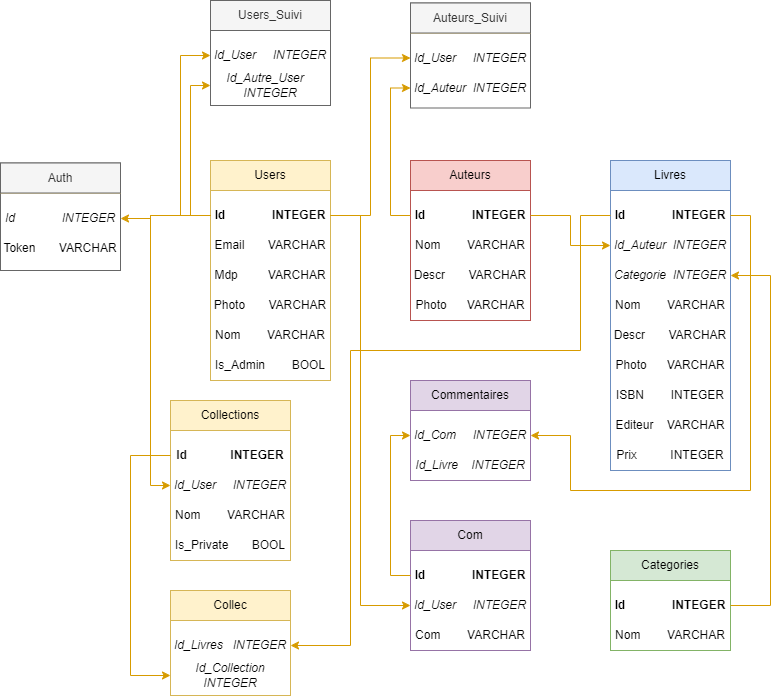
The draw.io diagram Diagramme_BDD_Biblio.png in Yann-Fournier/BDD_Projet_Final_B2, before a commit. Source tidied: cells renumbered, new cells last; positions are measured from the earlier drawing's top-left corner, leaving out a move shared by most shapes.
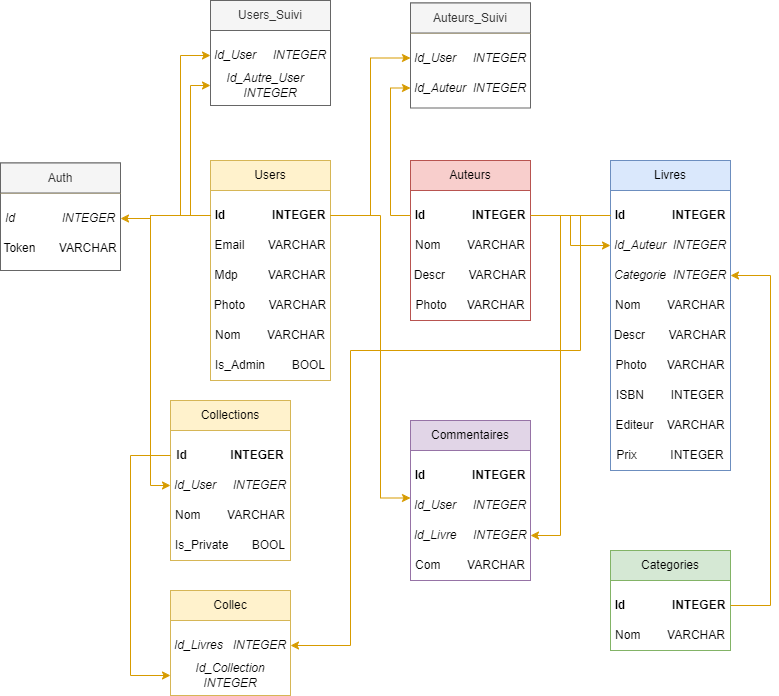
The same diagram one commit later.

Commit message:
reset bdd

What changed in the source:
```diff
@@ -20,14 +20,6 @@
     <mxCell id="6" style="edgeStyle=orthogonalEdgeStyle;rounded=0;jettySize=auto;html=1;exitX=1;exitY=0.5;exitDx=0;exitDy=0;entryX=0;entryY=0.5;entryDx=0;entryDy=0;fillColor=#ffe6cc;strokeColor=#d79b00;" parent="1" edge="1" source="13" target="61">
       <mxGeometry relative="1" as="geometry" />
     </mxCell>
-    <mxCell id="7" style="edgeStyle=orthogonalEdgeStyle;rounded=0;jettySize=auto;html=1;exitX=1;exitY=0.5;exitDx=0;exitDy=0;entryX=0;entryY=0.5;entryDx=0;entryDy=0;fillColor=#ffe6cc;strokeColor=#d79b00;" parent="1" edge="1" source="13" target="52">
-      <mxGeometry relative="1" as="geometry">
-        <Array as="points">
-          <mxPoint x="360" y="215" />
-          <mxPoint x="360" y="605" />
-        </Array>
-      </mxGeometry>
-    </mxCell>
     <mxCell id="8" style="edgeStyle=orthogonalEdgeStyle;rounded=0;jettySize=auto;html=1;exitX=0;exitY=0.5;exitDx=0;exitDy=0;entryX=0;entryY=0.5;entryDx=0;entryDy=0;fillColor=#ffe6cc;strokeColor=#d79b00;" parent="1" edge="1" source="13" target="73">
       <mxGeometry relative="1" as="geometry" />
     </mxCell>
@@ -55,6 +47,14 @@
         </Array>
       </mxGeometry>
     </mxCell>
+    <mxCell id="7" style="edgeStyle=orthogonalEdgeStyle;rounded=0;jettySize=auto;html=1;exitX=1;exitY=0.5;exitDx=0;exitDy=0;entryX=0;entryY=0.25;entryDx=0;entryDy=0;fillColor=#ffe6cc;strokeColor=#d79b00;" parent="1" edge="1" source="13" target="52">
+      <mxGeometry relative="1" as="geometry">
+        <Array as="points">
+          <mxPoint x="380" y="215" />
+          <mxPoint x="380" y="497" />
+        </Array>
+      </mxGeometry>
+    </mxCell>
     <mxCell id="13" value="&lt;b&gt;Id&amp;nbsp; &amp;nbsp; &amp;nbsp; &amp;nbsp; &amp;nbsp; &amp;nbsp; &amp;nbsp; INTEGER&lt;/b&gt;" style="text;html=1;align=center;verticalAlign=middle;whiteSpace=wrap;rounded=0;fillColor=none;" parent="1" vertex="1">
       <mxGeometry x="210" y="200" width="120" height="30" as="geometry" />
     </mxCell>
@@ -112,16 +112,6 @@
     <mxCell id="29" value="Nom&amp;nbsp; &amp;nbsp; &amp;nbsp; &amp;nbsp; VARCHAR" style="text;html=1;align=center;verticalAlign=middle;whiteSpace=wrap;rounded=0;" parent="1" vertex="1">
       <mxGeometry x="610" y="290" width="120" height="30" as="geometry" />
     </mxCell>
-    <mxCell id="30" style="edgeStyle=orthogonalEdgeStyle;rounded=0;jettySize=auto;html=1;exitX=1;exitY=0.5;exitDx=0;exitDy=0;entryX=1;entryY=0.5;entryDx=0;entryDy=0;fillColor=#ffe6cc;strokeColor=#d79b00;" parent="1" edge="1" source="32" target="48">
-      <mxGeometry relative="1" as="geometry">
-        <Array as="points">
-          <mxPoint x="750" y="215" />
-          <mxPoint x="750" y="490" />
-          <mxPoint x="570" y="490" />
-          <mxPoint x="570" y="435" />
-        </Array>
-      </mxGeometry>
-    </mxCell>
     <mxCell id="31" style="edgeStyle=orthogonalEdgeStyle;rounded=0;jettySize=auto;html=1;exitX=0;exitY=0.5;exitDx=0;exitDy=0;entryX=1;entryY=0.5;entryDx=0;entryDy=0;fillColor=#ffe6cc;strokeColor=#d79b00;" parent="1" edge="1" source="32" target="78">
       <mxGeometry relative="1" as="geometry">
         <Array as="points">
@@ -132,6 +122,14 @@
         </Array>
       </mxGeometry>
     </mxCell>
+    <mxCell id="87" style="edgeStyle=orthogonalEdgeStyle;rounded=0;jettySize=auto;html=1;exitX=0;exitY=0.5;exitDx=0;exitDy=0;entryX=1;entryY=0.5;entryDx=0;entryDy=0;fillColor=#ffe6cc;strokeColor=#d79b00;" parent="1" edge="1" source="32" target="47">
+      <mxGeometry relative="1" as="geometry">
+        <Array as="points">
+          <mxPoint x="560" y="215" />
+          <mxPoint x="560" y="535" />
+        </Array>
+      </mxGeometry>
+    </mxCell>
     <mxCell id="32" value="&lt;b&gt;Id&amp;nbsp; &amp;nbsp; &amp;nbsp; &amp;nbsp; &amp;nbsp; &amp;nbsp; &amp;nbsp; INTEGER&lt;/b&gt;" style="text;html=1;align=center;verticalAlign=middle;whiteSpace=wrap;rounded=0;fillColor=none;" parent="1" vertex="1">
       <mxGeometry x="610" y="200" width="120" height="30" as="geometry" />
     </mxCell>
@@ -176,44 +174,23 @@
     <mxCell id="43" value="&lt;b style=&quot;&quot;&gt;Id&amp;nbsp; &amp;nbsp; &amp;nbsp; &amp;nbsp; &amp;nbsp; &amp;nbsp; &amp;nbsp; INTEGER&lt;/b&gt;" style="text;html=1;align=center;verticalAlign=middle;whiteSpace=wrap;rounded=0;fillColor=none;" parent="1" vertex="1">
       <mxGeometry x="610" y="590" width="120" height="30" as="geometry" />
     </mxCell>
-    <mxCell id="44" style="rounded=0;whiteSpace=wrap;html=1;fillColor=default;strokeColor=#9673a6;" parent="1" vertex="1">
-      <mxGeometry x="410" y="380" width="120" height="100" as="geometry" />
-    </mxCell>
-    <mxCell id="45" style="endArrow=none;html=1;rounded=0;entryX=0;entryY=0.25;entryDx=0;entryDy=0;exitX=1;exitY=0.25;exitDx=0;exitDy=0;fillColor=#fff2cc;strokeColor=#d6b656;" parent="1" edge="1">
-      <mxGeometry relative="1" as="geometry">
-        <mxPoint x="530" y="410" as="sourcePoint" />
-        <mxPoint x="410" y="410" as="targetPoint" />
-      </mxGeometry>
-    </mxCell>
-    <mxCell id="46" value="Commentaires" style="text;html=1;align=center;verticalAlign=middle;whiteSpace=wrap;rounded=0;fillColor=#e1d5e7;strokeColor=#9673a6;" parent="1" vertex="1">
-      <mxGeometry x="410" y="380" width="120" height="30" as="geometry" />
-    </mxCell>
-    <mxCell id="47" value="&lt;i&gt;Id_Livre&amp;nbsp; &amp;nbsp; INTEGER&lt;/i&gt;" style="text;html=1;align=center;verticalAlign=middle;whiteSpace=wrap;rounded=0;" parent="1" vertex="1">
-      <mxGeometry x="410" y="450" width="120" height="30" as="geometry" />
-    </mxCell>
-    <mxCell id="48" value="&lt;i&gt;Id_Com&amp;nbsp; &amp;nbsp; &amp;nbsp;INTEGER&lt;/i&gt;" style="text;html=1;align=center;verticalAlign=middle;whiteSpace=wrap;rounded=0;fillColor=none;" parent="1" vertex="1">
-      <mxGeometry x="410" y="420" width="120" height="30" as="geometry" />
-    </mxCell>
     <mxCell id="49" style="rounded=0;whiteSpace=wrap;html=1;fillColor=default;strokeColor=#9673a6;" parent="1" vertex="1">
-      <mxGeometry x="410" y="520" width="120" height="130" as="geometry" />
+      <mxGeometry x="410" y="420" width="120" height="160" as="geometry" />
     </mxCell>
     <mxCell id="50" style="endArrow=none;html=1;rounded=0;entryX=0;entryY=0.25;entryDx=0;entryDy=0;exitX=1;exitY=0.25;exitDx=0;exitDy=0;fillColor=#fff2cc;strokeColor=#d6b656;" parent="1" edge="1">
       <mxGeometry relative="1" as="geometry">
-        <mxPoint x="530" y="550" as="sourcePoint" />
-        <mxPoint x="410" y="550" as="targetPoint" />
+        <mxPoint x="530" y="450" as="sourcePoint" />
+        <mxPoint x="410" y="450" as="targetPoint" />
       </mxGeometry>
     </mxCell>
-    <mxCell id="51" value="Com" style="text;html=1;align=center;verticalAlign=middle;whiteSpace=wrap;rounded=0;fillColor=#e1d5e7;strokeColor=#9673a6;" parent="1" vertex="1">
-      <mxGeometry x="410" y="520" width="120" height="30" as="geometry" />
+    <mxCell id="51" value="Commentaires" style="text;html=1;align=center;verticalAlign=middle;whiteSpace=wrap;rounded=0;fillColor=#e1d5e7;strokeColor=#9673a6;" parent="1" vertex="1">
+      <mxGeometry x="410" y="420" width="120" height="30" as="geometry" />
     </mxCell>
     <mxCell id="52" value="&lt;i&gt;Id_User&amp;nbsp; &amp;nbsp; &amp;nbsp;INTEGER&lt;/i&gt;" style="text;html=1;align=center;verticalAlign=middle;whiteSpace=wrap;rounded=0;" parent="1" vertex="1">
-      <mxGeometry x="410" y="590" width="120" height="30" as="geometry" />
+      <mxGeometry x="410" y="490" width="120" height="30" as="geometry" />
     </mxCell>
-    <mxCell id="53" style="edgeStyle=orthogonalEdgeStyle;rounded=0;jettySize=auto;html=1;exitX=0;exitY=0.5;exitDx=0;exitDy=0;entryX=0;entryY=0.5;entryDx=0;entryDy=0;fillColor=#ffe6cc;strokeColor=#d79b00;" parent="1" edge="1" source="54" target="48">
-      <mxGeometry relative="1" as="geometry" />
-    </mxCell>
     <mxCell id="54" value="&lt;b&gt;Id&amp;nbsp; &amp;nbsp; &amp;nbsp; &amp;nbsp; &amp;nbsp; &amp;nbsp; &amp;nbsp; INTEGER&lt;/b&gt;" style="text;html=1;align=center;verticalAlign=middle;whiteSpace=wrap;rounded=0;fillColor=none;" parent="1" vertex="1">
-      <mxGeometry x="410" y="560" width="120" height="30" as="geometry" />
+      <mxGeometry x="410" y="460" width="120" height="30" as="geometry" />
     </mxCell>
     <mxCell id="55" value="&lt;i&gt;Id_Auteur&amp;nbsp; INTEGER&lt;/i&gt;" style="text;html=1;align=center;verticalAlign=middle;whiteSpace=wrap;rounded=0;" parent="1" vertex="1">
       <mxGeometry x="610" y="230" width="120" height="30" as="geometry" />
@@ -258,7 +235,7 @@
       <mxGeometry x="210" y="40" width="120" height="30" as="geometry" />
     </mxCell>
     <mxCell id="67" value="Com&amp;nbsp; &amp;nbsp; &amp;nbsp; &amp;nbsp; VARCHAR" style="text;html=1;align=center;verticalAlign=middle;whiteSpace=wrap;rounded=0;" parent="1" vertex="1">
-      <mxGeometry x="410" y="620" width="120" height="30" as="geometry" />
+      <mxGeometry x="410" y="550" width="120" height="30" as="geometry" />
     </mxCell>
     <mxCell id="68" style="rounded=0;whiteSpace=wrap;html=1;fillColor=default;strokeColor=#d6b656;" parent="1" vertex="1">
       <mxGeometry x="170" y="400" width="120" height="160" as="geometry" />
@@ -331,5 +308,8 @@
     <mxCell id="86" value="&lt;i&gt;Id&amp;nbsp; &amp;nbsp; &amp;nbsp; &amp;nbsp; &amp;nbsp; &amp;nbsp; &amp;nbsp; INTEGER&lt;/i&gt;" style="text;html=1;align=center;verticalAlign=middle;whiteSpace=wrap;rounded=0;fillColor=none;" parent="1" vertex="1">
       <mxGeometry y="202.5" width="120" height="30" as="geometry" />
     </mxCell>
+    <mxCell id="47" value="&lt;i&gt;Id_Livre&amp;nbsp; &amp;nbsp; &amp;nbsp;INTEGER&lt;/i&gt;" style="text;html=1;align=center;verticalAlign=middle;whiteSpace=wrap;rounded=0;" parent="1" vertex="1">
+      <mxGeometry x="410" y="520" width="120" height="30" as="geometry" />
+    </mxCell>
   </root>
 </mxGraphModel>
```
